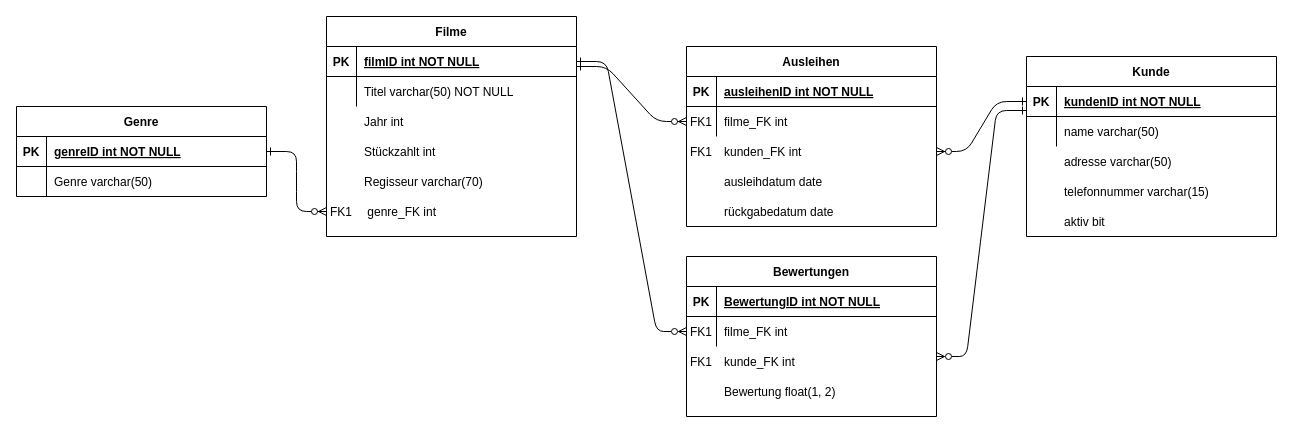
ashakushteiu/M153_Projekt keeps this draw.io diagram as M153_Projekt_ER_Dagramm.drawio. Above is the earlier version. Source tidied: cells renumbered, new cells numbered last; positions are measured from the earlier drawing's top-left corner, leaving out a move shared by most shapes. Both pictures are drawn from the tidied source at 100%, with x=0, y=0 at pixel (16, 16).
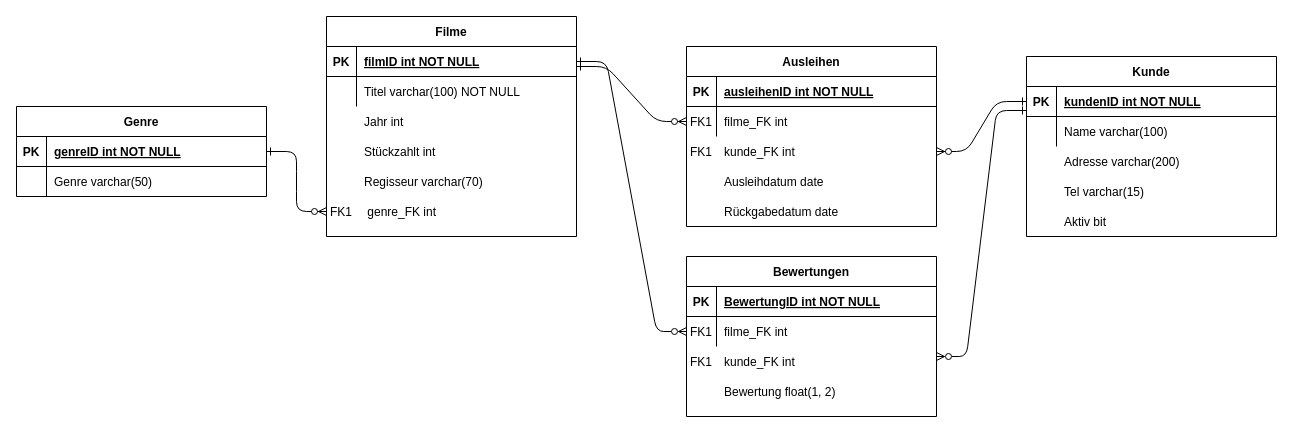
The same page after the edit.

The change refers to these unchanged cells:
```xml
<mxCell id="13" style="shape=partialRectangle;fillColor=none;top=0;left=0;right=0;bottom=0;" parent="9" vertex="1">
  <mxGeometry y="60" width="250" height="30" as="geometry" />
</mxCell>
<mxCell id="20" style="shape=partialRectangle;fillColor=none;top=0;left=0;right=0;bottom=0;" parent="16" vertex="1">
  <mxGeometry y="60" width="250" height="30" as="geometry" />
</mxCell>
<mxCell id="26" style="shape=partialRectangle;fillColor=none;top=0;left=0;right=0;bottom=0;" parent="1" vertex="1">
  <mxGeometry x="1010" y="130" width="250" height="30" as="geometry" />
</mxCell>
<mxCell id="29" style="shape=partialRectangle;fillColor=none;top=0;left=0;right=0;bottom=0;" parent="1" vertex="1">
  <mxGeometry x="1010" y="160" width="250" height="30" as="geometry" />
</mxCell>
<mxCell id="43" style="shape=partialRectangle;fillColor=none;points=[[0,0.5],[1,0.5]];portConstraint=eastwest;top=0;left=0;right=0;bottom=0;" parent="1" vertex="1">
  <mxGeometry x="670" y="120" width="250" height="30" as="geometry" />
</mxCell>
<mxCell id="46" style="shape=partialRectangle;fillColor=none;top=0;left=0;right=0;bottom=0;" parent="1" vertex="1">
  <mxGeometry x="670" y="150" width="250" height="30" as="geometry" />
</mxCell>
<mxCell id="49" style="shape=partialRectangle;fillColor=none;top=0;left=0;right=0;bottom=0;" parent="1" vertex="1">
  <mxGeometry x="670" y="180" width="250" height="30" as="geometry" />
</mxCell>
<mxCell id="54" style="shape=partialRectangle;fillColor=none;top=0;left=0;right=0;bottom=0;" parent="1" vertex="1">
  <mxGeometry x="1010" y="190" width="250" height="30" as="geometry" />
</mxCell>
```

The edit, as a diff of the source:
```diff
@@
-    <mxCell id="15" value="name varchar(50)" style="shape=partialRectangle;overflow=hidden;fillColor=none;top=0;left=0;bottom=0;right=0;align=left;spacingLeft=6;" parent="13" vertex="1">
+    <mxCell id="15" value="Name varchar(100)" style="shape=partialRectangle;overflow=hidden;fillColor=none;top=0;left=0;bottom=0;right=0;align=left;spacingLeft=6;" parent="13" vertex="1">
       <mxGeometry x="30" width="220" height="30" as="geometry" />
     </mxCell>
@@
-    <mxCell id="22" value="Titel varchar(50) NOT NULL" style="shape=partialRectangle;overflow=hidden;fillColor=none;top=0;left=0;bottom=0;right=0;align=left;spacingLeft=6;" parent="20" vertex="1">
+    <mxCell id="22" value="Titel varchar(100) NOT NULL" style="shape=partialRectangle;overflow=hidden;fillColor=none;top=0;left=0;bottom=0;right=0;align=left;spacingLeft=6;" parent="20" vertex="1">
       <mxGeometry x="30" width="220" height="30" as="geometry" />
     </mxCell>
@@
-    <mxCell id="28" value="adresse varchar(50)" style="shape=partialRectangle;overflow=hidden;fillColor=none;top=0;left=0;bottom=0;right=0;align=left;spacingLeft=6;" parent="26" vertex="1">
+    <mxCell id="28" value="Adresse varchar(200)" style="shape=partialRectangle;overflow=hidden;fillColor=none;top=0;left=0;bottom=0;right=0;align=left;spacingLeft=6;" parent="26" vertex="1">
       <mxGeometry x="30" width="220" height="30" as="geometry" />
     </mxCell>
@@
-    <mxCell id="31" value="telefonnummer varchar(15)" style="shape=partialRectangle;overflow=hidden;fillColor=none;top=0;left=0;bottom=0;right=0;align=left;spacingLeft=6;" parent="29" vertex="1">
+    <mxCell id="31" value="Tel varchar(15)" style="shape=partialRectangle;overflow=hidden;fillColor=none;top=0;left=0;bottom=0;right=0;align=left;spacingLeft=6;" parent="29" vertex="1">
       <mxGeometry x="30" width="220" height="30" as="geometry" />
     </mxCell>
@@
-    <mxCell id="45" value="kunden_FK int" style="shape=partialRectangle;overflow=hidden;fillColor=none;top=0;left=0;bottom=0;right=0;align=left;spacingLeft=6;" parent="43" vertex="1">
+    <mxCell id="45" value="kunde_FK int" style="shape=partialRectangle;overflow=hidden;fillColor=none;top=0;left=0;bottom=0;right=0;align=left;spacingLeft=6;" parent="43" vertex="1">
       <mxGeometry x="30" width="220" height="30" as="geometry" />
     </mxCell>
@@
-    <mxCell id="48" value="ausleihdatum date" style="shape=partialRectangle;overflow=hidden;fillColor=none;top=0;left=0;bottom=0;right=0;align=left;spacingLeft=6;" parent="46" vertex="1">
+    <mxCell id="48" value="Ausleihdatum date" style="shape=partialRectangle;overflow=hidden;fillColor=none;top=0;left=0;bottom=0;right=0;align=left;spacingLeft=6;" parent="46" vertex="1">
       <mxGeometry x="30" width="220" height="30" as="geometry" />
     </mxCell>
@@
-    <mxCell id="51" value="rückgabedatum date" style="shape=partialRectangle;overflow=hidden;fillColor=none;top=0;left=0;bottom=0;right=0;align=left;spacingLeft=6;" parent="49" vertex="1">
+    <mxCell id="51" value="Rückgabedatum date" style="shape=partialRectangle;overflow=hidden;fillColor=none;top=0;left=0;bottom=0;right=0;align=left;spacingLeft=6;" parent="49" vertex="1">
       <mxGeometry x="30" width="220" height="30" as="geometry" />
     </mxCell>
@@
-    <mxCell id="56" value="aktiv bit" style="shape=partialRectangle;overflow=hidden;fillColor=none;top=0;left=0;bottom=0;right=0;align=left;spacingLeft=6;" parent="54" vertex="1">
+    <mxCell id="56" value="Aktiv bit" style="shape=partialRectangle;overflow=hidden;fillColor=none;top=0;left=0;bottom=0;right=0;align=left;spacingLeft=6;" parent="54" vertex="1">
       <mxGeometry x="30" width="220" height="30" as="geometry" />
     </mxCell>
```
